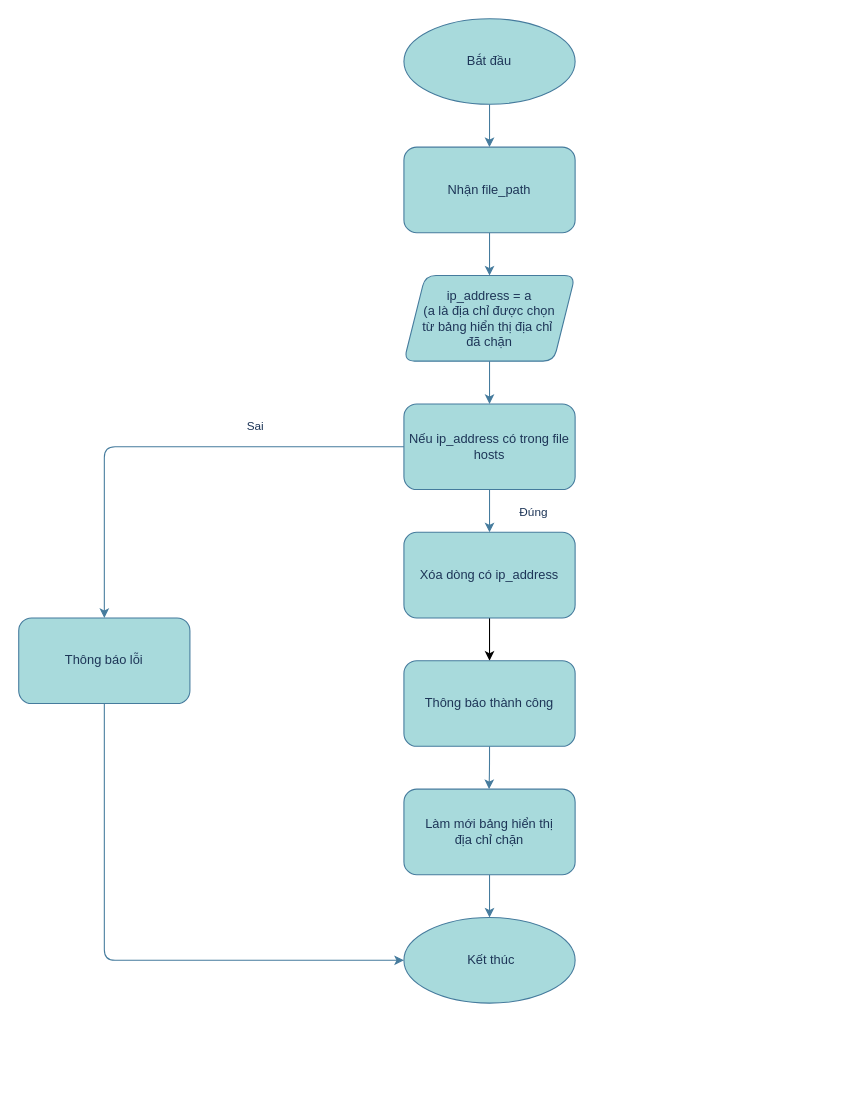
PlaymakerVN/KHKT-2023-1 keeps this draw.io diagram as Unblock.drawio. Above is the earlier version. Source tidied: cells renumbered, new cells numbered last; positions are measured from the earlier drawing's top-left corner, leaving out a move shared by most shapes. Both pictures are drawn from the tidied source at 107%, with x=0, y=0 at pixel (18, 18).
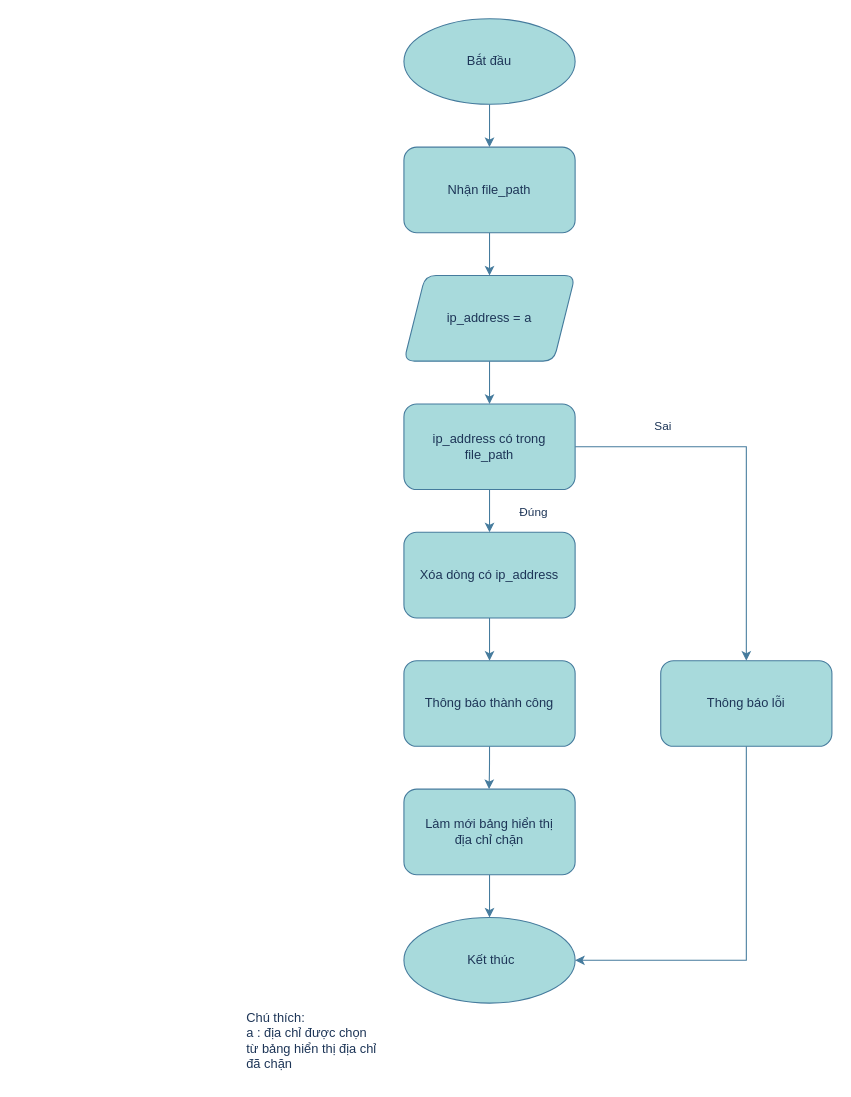
The same page after the edit.

Commit message (it also covers changes not shown here):
Cập nhật Unblock.drawio

Unchanged cells that the change refers to:
```xml
<mxCell id="7" value="Xóa dòng có ip_address" style="rounded=1;whiteSpace=wrap;html=1;labelBackgroundColor=none;fillColor=#A8DADC;strokeColor=#457B9D;fontColor=#1D3557;" parent="1" vertex="1">
  <mxGeometry x="360" y="480" width="160" height="80" as="geometry" />
</mxCell>
<mxCell id="14" value="Thông báo thành công" style="rounded=1;whiteSpace=wrap;html=1;labelBackgroundColor=none;fillColor=#A8DADC;strokeColor=#457B9D;fontColor=#1D3557;" parent="1" vertex="1">
  <mxGeometry x="360" y="600" width="160" height="80" as="geometry" />
</mxCell>
<mxCell id="17" value="&amp;nbsp;Kết thúc" style="ellipse;whiteSpace=wrap;html=1;labelBackgroundColor=none;fillColor=#A8DADC;strokeColor=#457B9D;fontColor=#1D3557;rounded=1;" parent="1" vertex="1">
  <mxGeometry x="360" y="840" width="160" height="80" as="geometry" />
</mxCell>
<mxCell id="21" value="Nhận file_path" style="rounded=1;whiteSpace=wrap;html=1;labelBackgroundColor=none;fillColor=#A8DADC;strokeColor=#457B9D;fontColor=#1D3557;" parent="1" vertex="1">
  <mxGeometry x="360" y="120" width="160" height="80" as="geometry" />
</mxCell>
```

Diff of the diagram source:
```diff
@@
-    <mxCell id="5" value="&lt;font style=&quot;font-size: 12px;&quot;&gt;ip_address = a&lt;br&gt;(a là địa chỉ được chọn&lt;br&gt;từ bảng hiển thị địa chỉ&amp;nbsp;&lt;br&gt;đã chặn&lt;br&gt;&lt;/font&gt;" style="shape=parallelogram;perimeter=parallelogramPerimeter;whiteSpace=wrap;html=1;fixedSize=1;labelBackgroundColor=none;fillColor=#A8DADC;strokeColor=#457B9D;fontColor=#1D3557;rounded=1;" parent="1" vertex="1">
+    <mxCell id="5" value="&lt;font style=&quot;font-size: 12px;&quot;&gt;ip_address = a&lt;br&gt;&lt;/font&gt;" style="shape=parallelogram;perimeter=parallelogramPerimeter;whiteSpace=wrap;html=1;fixedSize=1;labelBackgroundColor=none;fillColor=#A8DADC;strokeColor=#457B9D;fontColor=#1D3557;rounded=1;" parent="1" vertex="1">
       <mxGeometry x="360" y="240" width="160" height="80" as="geometry" />
     </mxCell>
-    <mxCell id="6" style="edgeStyle=orthogonalEdgeStyle;rounded=0;jettySize=auto;html=1;exitX=0.5;exitY=1;exitDx=0;exitDy=0;entryX=0.5;entryY=0;entryDx=0;entryDy=0;" parent="1" edge="1" source="7" target="14">
+    <mxCell id="6" style="edgeStyle=orthogonalEdgeStyle;rounded=0;jettySize=auto;html=1;exitX=0.5;exitY=1;exitDx=0;exitDy=0;entryX=0.5;entryY=0;entryDx=0;entryDy=0;labelBackgroundColor=none;strokeColor=#457B9D;fontColor=default;" parent="1" edge="1" source="7" target="14">
       <mxGeometry relative="1" as="geometry" />
     </mxCell>
@@
-    <mxCell id="10" style="edgeStyle=orthogonalEdgeStyle;rounded=1;jettySize=auto;html=1;exitX=0;exitY=0.5;exitDx=0;exitDy=0;entryX=0.5;entryY=0;entryDx=0;entryDy=0;labelBackgroundColor=none;strokeColor=#457B9D;fontColor=default;" parent="1" edge="1" source="12" target="19">
+    <mxCell id="10" style="edgeStyle=orthogonalEdgeStyle;rounded=0;jettySize=auto;html=1;exitX=1;exitY=0.5;exitDx=0;exitDy=0;entryX=0.5;entryY=0;entryDx=0;entryDy=0;labelBackgroundColor=none;strokeColor=#457B9D;fontColor=default;" parent="1" edge="1" source="12" target="19">
       <mxGeometry relative="1" as="geometry" />
     </mxCell>
-    <mxCell id="11" value="Sai" style="edgeLabel;html=1;align=center;verticalAlign=middle;labelBackgroundColor=none;fontColor=#1D3557;rounded=1;" parent="10" vertex="1">
-      <mxGeometry x="-0.45" y="-1" relative="1" as="geometry">
-        <mxPoint x="-19" y="-19" as="offset" />
+    <mxCell id="11" value="Sai" style="edgeLabel;html=1;align=center;verticalAlign=middle;fontColor=#1D3557;" parent="10" vertex="1">
+      <mxGeometry x="-0.56" y="1" relative="1" as="geometry">
+        <mxPoint x="2" y="-19" as="offset" />
       </mxGeometry>
     </mxCell>
-    <mxCell id="12" value="Nếu ip_address có trong file hosts" style="rounded=1;whiteSpace=wrap;html=1;labelBackgroundColor=none;fillColor=#A8DADC;strokeColor=#457B9D;fontColor=#1D3557;" parent="1" vertex="1">
+    <mxCell id="12" value="&amp;nbsp;ip_address có trong&amp;nbsp;&lt;br&gt;file_path" style="rounded=1;whiteSpace=wrap;html=1;labelBackgroundColor=none;fillColor=#A8DADC;strokeColor=#457B9D;fontColor=#1D3557;" parent="1" vertex="1">
       <mxGeometry x="360" y="360" width="160" height="80" as="geometry" />
     </mxCell>
@@
-    <mxCell id="18" style="edgeStyle=orthogonalEdgeStyle;rounded=1;jettySize=auto;html=1;exitX=0.5;exitY=1;exitDx=0;exitDy=0;entryX=0;entryY=0.5;entryDx=0;entryDy=0;labelBackgroundColor=none;strokeColor=#457B9D;fontColor=default;" parent="1" edge="1" source="19" target="17">
+    <mxCell id="18" style="edgeStyle=orthogonalEdgeStyle;rounded=0;jettySize=auto;html=1;exitX=0.5;exitY=1;exitDx=0;exitDy=0;entryX=1;entryY=0.5;entryDx=0;entryDy=0;labelBackgroundColor=none;strokeColor=#457B9D;fontColor=default;" parent="1" edge="1" source="19" target="17">
       <mxGeometry relative="1" as="geometry" />
     </mxCell>
     <mxCell id="19" value="Thông báo lỗi" style="rounded=1;whiteSpace=wrap;html=1;labelBackgroundColor=none;fillColor=#A8DADC;strokeColor=#457B9D;fontColor=#1D3557;" parent="1" vertex="1">
-      <mxGeometry y="560" width="160" height="80" as="geometry" />
+      <mxGeometry x="600" y="600" width="160" height="80" as="geometry" />
     </mxCell>
-    <mxCell id="20" style="edgeStyle=orthogonalEdgeStyle;rounded=1;jettySize=auto;html=1;exitX=0.5;exitY=1;exitDx=0;exitDy=0;strokeColor=#457B9D;fontColor=#1D3557;fillColor=#A8DADC;" parent="1" edge="1" source="21" target="5">
+    <mxCell id="20" style="edgeStyle=orthogonalEdgeStyle;rounded=1;jettySize=auto;html=1;exitX=0.5;exitY=1;exitDx=0;exitDy=0;strokeColor=#457B9D;fontColor=default;fillColor=#A8DADC;labelBackgroundColor=none;" parent="1" edge="1" source="21" target="5">
       <mxGeometry relative="1" as="geometry" />
     </mxCell>
@@
+    <mxCell id="22" value="&lt;div style=&quot;text-align: left;&quot;&gt;&lt;span style=&quot;background-color: initial; color: rgb(29, 53, 87); --darkreader-inline-bgcolor: initial; --darkreader-inline-color: #a5c4e1;&quot;&gt;Chú thích:&lt;/span&gt;&lt;/div&gt;&lt;div style=&quot;text-align: left;&quot;&gt;&lt;span style=&quot;background-color: initial; color: rgb(29, 53, 87); --darkreader-inline-bgcolor: initial; --darkreader-inline-color: #a5c4e1;&quot;&gt;a : địa chỉ được chọn&lt;/span&gt;&lt;/div&gt;&lt;span style=&quot;&quot;&gt;&lt;div style=&quot;text-align: left;&quot;&gt;&lt;span style=&quot;background-color: initial; color: rgb(29, 53, 87); --darkreader-inline-bgcolor: initial; --darkreader-inline-color: #a5c4e1;&quot;&gt;từ bảng hiển thị địa chỉ&amp;nbsp;&lt;/span&gt;&lt;/div&gt;&lt;/span&gt;&lt;span style=&quot;&quot;&gt;&lt;div style=&quot;text-align: left;&quot;&gt;&lt;span style=&quot;background-color: initial; color: rgb(29, 53, 87); --darkreader-inline-bgcolor: initial; --darkreader-inline-color: #a5c4e1;&quot;&gt;đã chặn&lt;/span&gt;&lt;/div&gt;&lt;/span&gt;" style="text;html=1;align=center;verticalAlign=middle;strokeColor=none;fillColor=none;fontColor=#1D3557;" parent="1" vertex="1">
+      <mxGeometry x="200" y="920" width="150" height="70" as="geometry" />
+    </mxCell>
```
